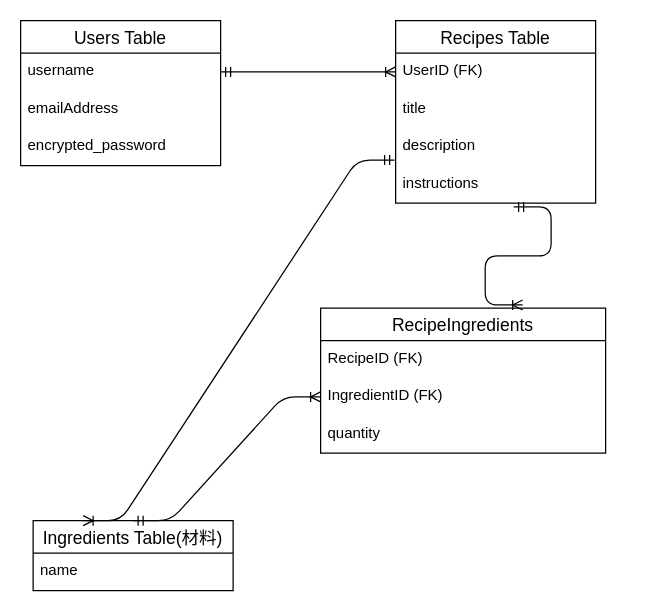
The draw.io diagram myrecipe.dio in Yokko405/myrecipe, before the edit. Source tidied: cells renumbered, new cells numbered last; positions are measured from the earlier drawing's top-left corner, leaving out a move shared by most shapes. Both pictures are drawn from the tidied source at 125%, with x=0, y=0 at pixel (20, 20).
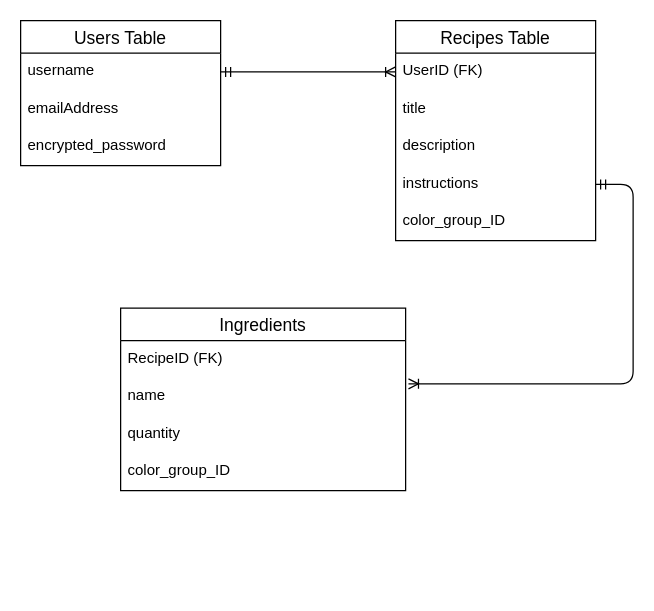
Above is the later version.

Unchanged cells that the change refers to:
```xml
<mxCell id="9" value="description" style="text;strokeColor=none;fillColor=none;spacingLeft=4;spacingRight=4;overflow=hidden;points=[[0,0.5],[1,0.5]];portConstraint=eastwest;fontSize=12;" parent="6" vertex="1">
  <mxGeometry y="86" width="160" height="30" as="geometry" />
</mxCell>
<mxCell id="10" value="instructions" style="text;strokeColor=none;fillColor=none;spacingLeft=4;spacingRight=4;overflow=hidden;points=[[0,0.5],[1,0.5]];portConstraint=eastwest;fontSize=12;" parent="6" vertex="1">
  <mxGeometry y="116" width="160" height="30" as="geometry" />
</mxCell>
<mxCell id="14" value="RecipeID (FK)" style="text;strokeColor=none;fillColor=none;spacingLeft=4;spacingRight=4;overflow=hidden;points=[[0,0.5],[1,0.5]];portConstraint=eastwest;fontSize=12;" parent="13" vertex="1">
  <mxGeometry y="26" width="228" height="30" as="geometry" />
</mxCell>
```

The edit, as a diff of the source:
```diff
@@
     <mxCell id="6" value="Recipes Table" style="swimlane;fontStyle=0;horizontal=1;startSize=26;align=center;fontSize=14;" parent="1" vertex="1">
-      <mxGeometry x="300" width="160" height="146" as="geometry" />
+      <mxGeometry x="300" width="160" height="176" as="geometry" />
     </mxCell>
@@
-    <mxCell id="11" value="Ingredients Table(材料)" style="swimlane;fontStyle=0;horizontal=1;startSize=26;align=center;fontSize=14;" parent="1" vertex="1">
-      <mxGeometry x="10" y="400" width="160" height="56" as="geometry" />
-    </mxCell>
-    <mxCell id="12" value="name" style="text;strokeColor=none;fillColor=none;spacingLeft=4;spacingRight=4;overflow=hidden;fontSize=12;" parent="11" vertex="1">
-      <mxGeometry y="26" width="160" height="30" as="geometry" />
-    </mxCell>
+    <mxCell id="20" value="color_group_ID" style="text;strokeColor=none;fillColor=none;spacingLeft=4;spacingRight=4;overflow=hidden;fontSize=12;" parent="6" vertex="1">
+      <mxGeometry y="146" width="160" height="30" as="geometry" />
+    </mxCell>
-    <mxCell id="13" value="RecipeIngredients" style="swimlane;fontStyle=0;horizontal=1;startSize=26;align=center;fontSize=14;" parent="1" vertex="1">
-      <mxGeometry x="240" y="230" width="228" height="116" as="geometry" />
+    <mxCell id="13" value="Ingredients" style="swimlane;fontStyle=0;horizontal=1;startSize=26;align=center;fontSize=14;" parent="1" vertex="1">
+      <mxGeometry x="80" y="230" width="228" height="146" as="geometry" />
     </mxCell>
@@
-    <mxCell id="15" value="IngredientID (FK)" style="text;strokeColor=none;fillColor=none;spacingLeft=4;spacingRight=4;overflow=hidden;points=[[0,0.5],[1,0.5]];portConstraint=eastwest;fontSize=12;" parent="13" vertex="1">
+    <mxCell id="15" value="name" style="text;strokeColor=none;fillColor=none;spacingLeft=4;spacingRight=4;overflow=hidden;points=[[0,0.5],[1,0.5]];portConstraint=eastwest;fontSize=12;" parent="13" vertex="1">
       <mxGeometry y="56" width="228" height="30" as="geometry" />
     </mxCell>
@@
+    <mxCell id="21" value="color_group_ID" style="text;strokeColor=none;fillColor=none;spacingLeft=4;spacingRight=4;overflow=hidden;fontSize=12;" parent="13" vertex="1">
+      <mxGeometry y="116" width="228" height="30" as="geometry" />
+    </mxCell>
@@
-    <mxCell id="18" style="edgeStyle=entityRelationEdgeStyle;fontSize=12;html=1;endArrow=ERoneToMany;startArrow=ERmandOne;exitX=0.59;exitY=1.102;exitDx=0;exitDy=0;exitPerimeter=0;entryX=0.709;entryY=-0.022;entryDx=0;entryDy=0;entryPerimeter=0;" parent="1" edge="1" source="10" target="13">
+    <mxCell id="18" style="edgeStyle=entityRelationEdgeStyle;fontSize=12;html=1;endArrow=ERoneToMany;startArrow=ERmandOne;entryX=1.01;entryY=1.153;entryDx=0;entryDy=0;entryPerimeter=0;" parent="1" edge="1" source="10" target="14">
       <mxGeometry relative="1" as="geometry" />
     </mxCell>
-    <mxCell id="19" style="edgeStyle=entityRelationEdgeStyle;fontSize=12;html=1;endArrow=ERoneToMany;startArrow=ERmandOne;exitX=0.5;exitY=0;exitDx=0;exitDy=0;entryX=0;entryY=0.5;entryDx=0;entryDy=0;" parent="1" edge="1" source="11" target="15">
-      <mxGeometry relative="1" as="geometry" />
-    </mxCell>
-    <mxCell id="20" style="edgeStyle=entityRelationEdgeStyle;fontSize=12;html=1;endArrow=ERoneToMany;startArrow=ERmandOne;exitX=-0.005;exitY=0.852;exitDx=0;exitDy=0;exitPerimeter=0;entryX=0.25;entryY=0;entryDx=0;entryDy=0;" parent="1" edge="1" source="9" target="11">
-      <mxGeometry relative="1" as="geometry" />
-    </mxCell>
```
